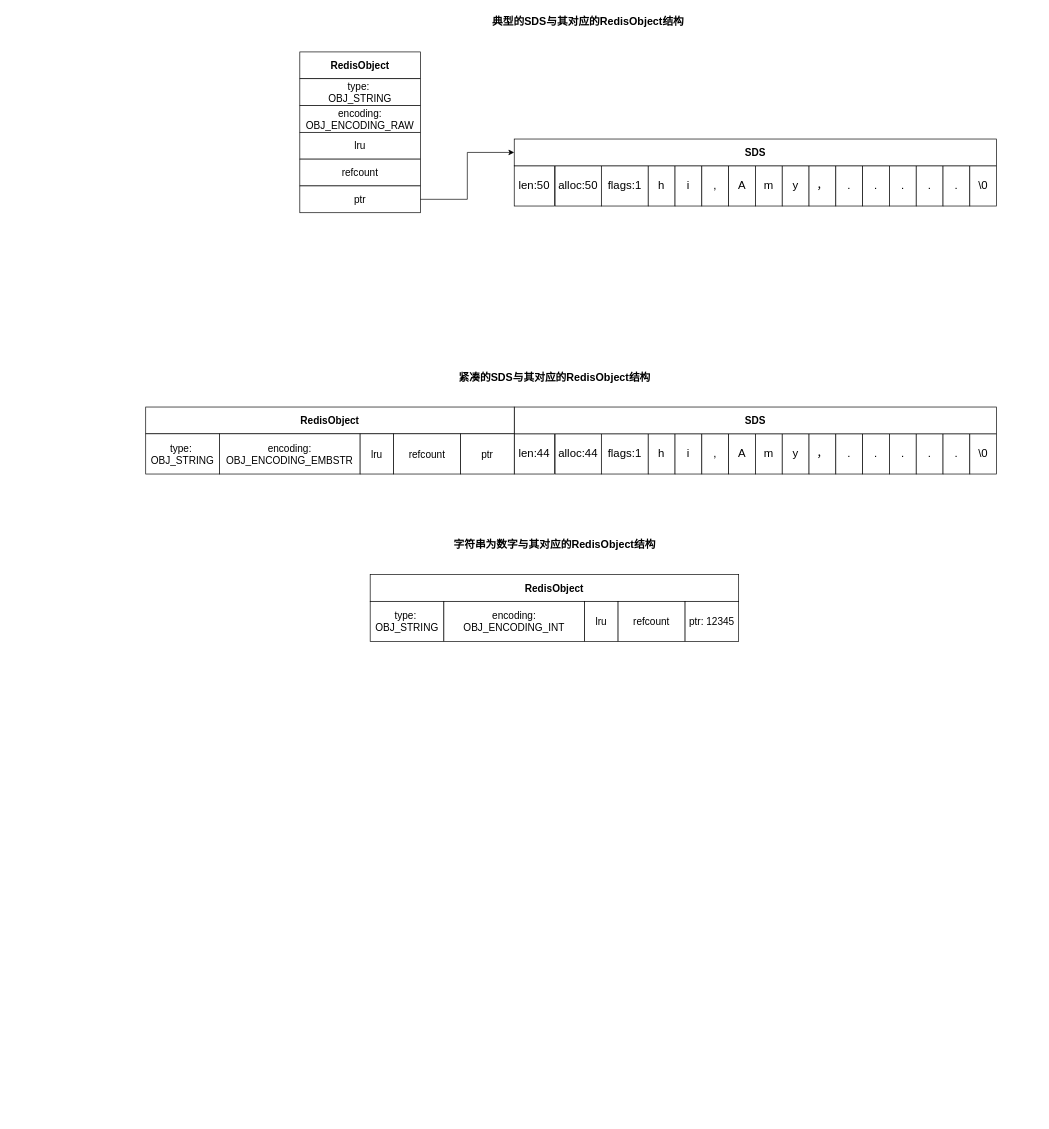
Before: Redis-五种数据类型.drawio in XuYi-fei/draw.io.sync, a draw.io diagram. Source tidied: cells renumbered, new cells numbered last; positions are measured from the earlier drawing's top-left corner, leaving out a move shared by most shapes. Both pictures are drawn from the tidied source at 67%, with x=0, y=0 at pixel (145, 11).
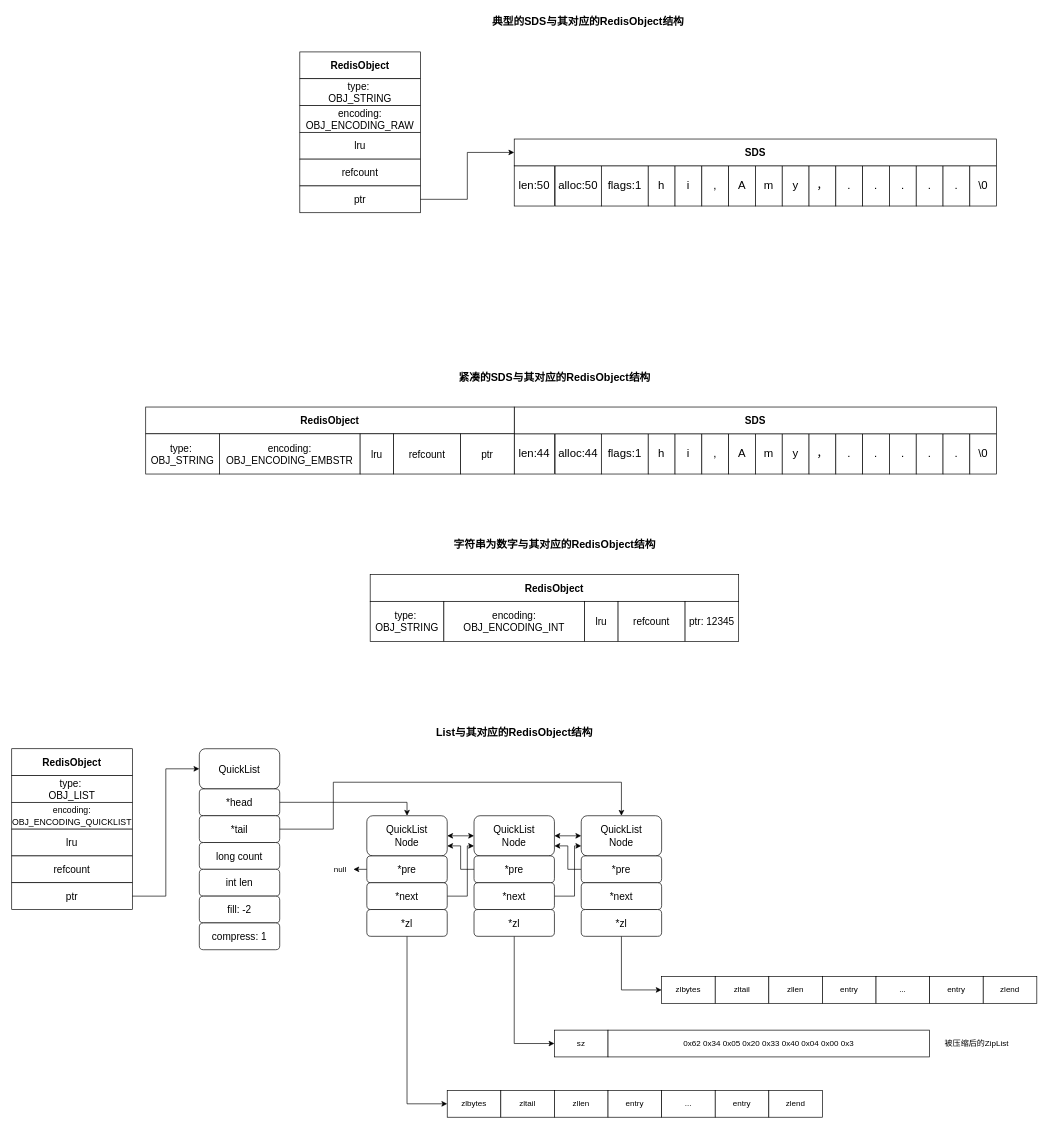
The same page after the edit.

Commit message:
更新Redis-五种数据类型.drawio

The edit, as a diff of the source:
```diff
@@
+    <mxCell id="63" style="edgeStyle=orthogonalEdgeStyle;rounded=0;jettySize=auto;html=1;exitX=1;exitY=0.5;exitDx=0;exitDy=0;startArrow=classic;startFill=1;" parent="1" edge="1" source="64" target="66">
+      <mxGeometry relative="1" as="geometry" />
+    </mxCell>
+    <mxCell id="64" value="QuickList&lt;div&gt;Node&lt;/div&gt;" style="rounded=1;whiteSpace=wrap;html=1;fontSize=15;" parent="1" vertex="1">
+      <mxGeometry x="330" y="1200" width="120" height="60" as="geometry" />
+    </mxCell>
+    <mxCell id="65" style="edgeStyle=orthogonalEdgeStyle;rounded=0;jettySize=auto;html=1;exitX=1;exitY=0.5;exitDx=0;exitDy=0;startArrow=classic;startFill=1;" parent="1" edge="1" source="66" target="67">
+      <mxGeometry relative="1" as="geometry" />
+    </mxCell>
+    <mxCell id="66" value="QuickList&lt;div&gt;Node&lt;/div&gt;" style="rounded=1;whiteSpace=wrap;html=1;fontSize=15;" parent="1" vertex="1">
+      <mxGeometry x="490" y="1200" width="120" height="60" as="geometry" />
+    </mxCell>
+    <mxCell id="67" value="QuickList&lt;div&gt;Node&lt;/div&gt;" style="rounded=1;whiteSpace=wrap;html=1;fontSize=15;" parent="1" vertex="1">
+      <mxGeometry x="650" y="1200" width="120" height="60" as="geometry" />
+    </mxCell>
+    <mxCell id="68" style="group;" parent="1" vertex="1">
+      <mxGeometry x="450" y="1610" width="560" height="40" as="geometry" />
+    </mxCell>
+    <mxCell id="69" value="zlbytes" style="rounded=0;whiteSpace=wrap;html=1;" parent="68" vertex="1">
+      <mxGeometry width="80" height="40" as="geometry" />
+    </mxCell>
+    <mxCell id="70" value="zltail" style="rounded=0;whiteSpace=wrap;html=1;" parent="68" vertex="1">
+      <mxGeometry x="80" width="80" height="40" as="geometry" />
+    </mxCell>
+    <mxCell id="71" value="zllen" style="rounded=0;whiteSpace=wrap;html=1;" parent="68" vertex="1">
+      <mxGeometry x="160" width="80" height="40" as="geometry" />
+    </mxCell>
+    <mxCell id="72" value="entry" style="rounded=0;whiteSpace=wrap;html=1;" parent="68" vertex="1">
+      <mxGeometry x="240" width="80" height="40" as="geometry" />
+    </mxCell>
+    <mxCell id="73" value="..." style="rounded=0;whiteSpace=wrap;html=1;" parent="68" vertex="1">
+      <mxGeometry x="320" width="80" height="40" as="geometry" />
+    </mxCell>
+    <mxCell id="74" value="entry" style="rounded=0;whiteSpace=wrap;html=1;" parent="68" vertex="1">
+      <mxGeometry x="400" width="80" height="40" as="geometry" />
+    </mxCell>
+    <mxCell id="75" value="zlend" style="rounded=0;whiteSpace=wrap;html=1;" parent="68" vertex="1">
+      <mxGeometry x="480" width="80" height="40" as="geometry" />
+    </mxCell>
+    <mxCell id="76" style="group;" parent="1" vertex="1">
+      <mxGeometry x="770" y="1440" width="560" height="40" as="geometry" />
+    </mxCell>
+    <mxCell id="77" value="zlbytes" style="rounded=0;whiteSpace=wrap;html=1;" parent="76" vertex="1">
+      <mxGeometry width="80" height="40" as="geometry" />
+    </mxCell>
+    <mxCell id="78" value="zltail" style="rounded=0;whiteSpace=wrap;html=1;" parent="76" vertex="1">
+      <mxGeometry x="80" width="80" height="40" as="geometry" />
+    </mxCell>
+    <mxCell id="79" value="zllen" style="rounded=0;whiteSpace=wrap;html=1;" parent="76" vertex="1">
+      <mxGeometry x="160" width="80" height="40" as="geometry" />
+    </mxCell>
+    <mxCell id="80" value="entry" style="rounded=0;whiteSpace=wrap;html=1;" parent="76" vertex="1">
+      <mxGeometry x="240" width="80" height="40" as="geometry" />
+    </mxCell>
+    <mxCell id="81" value="..." style="rounded=0;whiteSpace=wrap;html=1;" parent="76" vertex="1">
+      <mxGeometry x="320" width="80" height="40" as="geometry" />
+    </mxCell>
+    <mxCell id="82" value="entry" style="rounded=0;whiteSpace=wrap;html=1;" parent="76" vertex="1">
+      <mxGeometry x="400" width="80" height="40" as="geometry" />
+    </mxCell>
+    <mxCell id="83" value="zlend" style="rounded=0;whiteSpace=wrap;html=1;" parent="76" vertex="1">
+      <mxGeometry x="480" width="80" height="40" as="geometry" />
+    </mxCell>
+    <mxCell id="84" style="edgeStyle=orthogonalEdgeStyle;rounded=0;jettySize=auto;html=1;exitX=0;exitY=0.5;exitDx=0;exitDy=0;" parent="1" edge="1" source="85">
+      <mxGeometry relative="1" as="geometry">
+        <mxPoint x="310" y="1280" as="targetPoint" />
+      </mxGeometry>
+    </mxCell>
+    <mxCell id="85" value="*pre" style="rounded=1;whiteSpace=wrap;html=1;fontSize=15;" parent="1" vertex="1">
+      <mxGeometry x="330" y="1260" width="120" height="40" as="geometry" />
+    </mxCell>
+    <mxCell id="86" style="edgeStyle=orthogonalEdgeStyle;rounded=0;jettySize=auto;html=1;exitX=1;exitY=0.5;exitDx=0;exitDy=0;entryX=0;entryY=0.75;entryDx=0;entryDy=0;" parent="1" edge="1" source="87" target="66">
+      <mxGeometry relative="1" as="geometry">
+        <Array as="points">
+          <mxPoint x="480" y="1320" />
+          <mxPoint x="480" y="1245" />
+        </Array>
+      </mxGeometry>
+    </mxCell>
+    <mxCell id="87" value="*next" style="rounded=1;whiteSpace=wrap;html=1;fontSize=15;" parent="1" vertex="1">
+      <mxGeometry x="330" y="1300" width="120" height="40" as="geometry" />
+    </mxCell>
+    <mxCell id="88" style="edgeStyle=orthogonalEdgeStyle;rounded=0;jettySize=auto;html=1;exitX=0.5;exitY=1;exitDx=0;exitDy=0;entryX=0;entryY=0.5;entryDx=0;entryDy=0;" parent="1" edge="1" source="89" target="69">
+      <mxGeometry relative="1" as="geometry" />
+    </mxCell>
+    <mxCell id="89" value="*zl" style="rounded=1;whiteSpace=wrap;html=1;fontSize=15;" parent="1" vertex="1">
+      <mxGeometry x="330" y="1340" width="120" height="40" as="geometry" />
+    </mxCell>
+    <mxCell id="90" style="edgeStyle=orthogonalEdgeStyle;rounded=0;jettySize=auto;html=1;exitX=0;exitY=0.5;exitDx=0;exitDy=0;entryX=1;entryY=0.75;entryDx=0;entryDy=0;" parent="1" edge="1" source="91" target="64">
+      <mxGeometry relative="1" as="geometry" />
+    </mxCell>
+    <mxCell id="91" value="*pre" style="rounded=1;whiteSpace=wrap;html=1;fontSize=15;" parent="1" vertex="1">
+      <mxGeometry x="490" y="1260" width="120" height="40" as="geometry" />
+    </mxCell>
+    <mxCell id="92" style="edgeStyle=orthogonalEdgeStyle;rounded=0;jettySize=auto;html=1;exitX=1;exitY=0.5;exitDx=0;exitDy=0;entryX=0;entryY=0.75;entryDx=0;entryDy=0;" parent="1" edge="1" source="93" target="67">
+      <mxGeometry relative="1" as="geometry">
+        <Array as="points">
+          <mxPoint x="640" y="1320" />
+          <mxPoint x="640" y="1245" />
+        </Array>
+      </mxGeometry>
+    </mxCell>
+    <mxCell id="93" value="*next" style="rounded=1;whiteSpace=wrap;html=1;fontSize=15;" parent="1" vertex="1">
+      <mxGeometry x="490" y="1300" width="120" height="40" as="geometry" />
+    </mxCell>
+    <mxCell id="94" style="edgeStyle=orthogonalEdgeStyle;rounded=0;jettySize=auto;html=1;exitX=0.5;exitY=1;exitDx=0;exitDy=0;entryX=0;entryY=0.5;entryDx=0;entryDy=0;" parent="1" edge="1" source="95" target="102">
+      <mxGeometry relative="1" as="geometry" />
+    </mxCell>
+    <mxCell id="95" value="*zl" style="rounded=1;whiteSpace=wrap;html=1;fontSize=15;" parent="1" vertex="1">
+      <mxGeometry x="490" y="1340" width="120" height="40" as="geometry" />
+    </mxCell>
+    <mxCell id="96" style="edgeStyle=orthogonalEdgeStyle;rounded=0;jettySize=auto;html=1;exitX=0;exitY=0.5;exitDx=0;exitDy=0;entryX=1;entryY=0.75;entryDx=0;entryDy=0;" parent="1" edge="1" source="97" target="66">
+      <mxGeometry relative="1" as="geometry" />
+    </mxCell>
+    <mxCell id="97" value="*pre" style="rounded=1;whiteSpace=wrap;html=1;fontSize=15;" parent="1" vertex="1">
+      <mxGeometry x="650" y="1260" width="120" height="40" as="geometry" />
+    </mxCell>
+    <mxCell id="98" value="*next" style="rounded=1;whiteSpace=wrap;html=1;fontSize=15;" parent="1" vertex="1">
+      <mxGeometry x="650" y="1300" width="120" height="40" as="geometry" />
+    </mxCell>
+    <mxCell id="99" style="edgeStyle=orthogonalEdgeStyle;rounded=0;jettySize=auto;html=1;exitX=0.5;exitY=1;exitDx=0;exitDy=0;entryX=0;entryY=0.5;entryDx=0;entryDy=0;" parent="1" edge="1" source="100" target="77">
+      <mxGeometry relative="1" as="geometry" />
+    </mxCell>
+    <mxCell id="100" value="*zl" style="rounded=1;whiteSpace=wrap;html=1;fontSize=15;" parent="1" vertex="1">
+      <mxGeometry x="650" y="1340" width="120" height="40" as="geometry" />
+    </mxCell>
+    <mxCell id="101" style="group;" parent="1" vertex="1">
+      <mxGeometry x="610" y="1520" width="560" height="40" as="geometry" />
+    </mxCell>
+    <mxCell id="102" value="sz" style="rounded=0;whiteSpace=wrap;html=1;" parent="101" vertex="1">
+      <mxGeometry width="80" height="40" as="geometry" />
+    </mxCell>
+    <mxCell id="103" value="0x62 0x34 0x05 0x20 0x33 0x40 0x04 0x00 0x3" style="rounded=0;whiteSpace=wrap;html=1;" parent="101" vertex="1">
+      <mxGeometry x="80" width="480" height="40" as="geometry" />
+    </mxCell>
+    <mxCell id="104" value="被压缩后的ZipList" style="text;html=1;align=center;verticalAlign=middle;strokeColor=none;fillColor=none;" parent="1" vertex="1">
+      <mxGeometry x="1180" y="1525" width="120" height="30" as="geometry" />
+    </mxCell>
+    <mxCell id="105" style="group;" parent="1" vertex="1">
+      <mxGeometry x="80" y="1100" width="120" height="300" as="geometry" />
+    </mxCell>
+    <mxCell id="106" value="QuickList" style="rounded=1;whiteSpace=wrap;html=1;fontSize=15;" parent="105" vertex="1">
+      <mxGeometry width="120" height="60" as="geometry" />
+    </mxCell>
+    <mxCell id="107" value="*head" style="rounded=1;whiteSpace=wrap;html=1;fontSize=15;" parent="105" vertex="1">
+      <mxGeometry y="60" width="120" height="40" as="geometry" />
+    </mxCell>
+    <mxCell id="108" value="*tail" style="rounded=1;whiteSpace=wrap;html=1;fontSize=15;" parent="105" vertex="1">
+      <mxGeometry y="100" width="120" height="40" as="geometry" />
+    </mxCell>
+    <mxCell id="109" value="long count" style="rounded=1;whiteSpace=wrap;html=1;fontSize=15;" parent="105" vertex="1">
+      <mxGeometry y="140" width="120" height="40" as="geometry" />
+    </mxCell>
+    <mxCell id="110" value="int len" style="rounded=1;whiteSpace=wrap;html=1;fontSize=15;" parent="105" vertex="1">
+      <mxGeometry y="180" width="120" height="40" as="geometry" />
+    </mxCell>
+    <mxCell id="111" value="fill: -2" style="rounded=1;whiteSpace=wrap;html=1;fontSize=15;" parent="105" vertex="1">
+      <mxGeometry y="220" width="120" height="40" as="geometry" />
+    </mxCell>
+    <mxCell id="112" value="compress: 1" style="rounded=1;whiteSpace=wrap;html=1;fontSize=15;" parent="105" vertex="1">
+      <mxGeometry y="260" width="120" height="40" as="geometry" />
+    </mxCell>
+    <mxCell id="113" style="edgeStyle=orthogonalEdgeStyle;rounded=0;jettySize=auto;html=1;exitX=1;exitY=0.5;exitDx=0;exitDy=0;entryX=0.5;entryY=0;entryDx=0;entryDy=0;" parent="1" edge="1" source="107" target="64">
+      <mxGeometry relative="1" as="geometry" />
+    </mxCell>
+    <mxCell id="114" style="edgeStyle=orthogonalEdgeStyle;rounded=0;jettySize=auto;html=1;exitX=1;exitY=0.5;exitDx=0;exitDy=0;entryX=0.5;entryY=0;entryDx=0;entryDy=0;" parent="1" edge="1" source="108" target="67">
+      <mxGeometry relative="1" as="geometry">
+        <Array as="points">
+          <mxPoint x="280" y="1220" />
+          <mxPoint x="280" y="1150" />
+          <mxPoint x="710" y="1150" />
+        </Array>
+      </mxGeometry>
+    </mxCell>
+    <mxCell id="115" value="null" style="text;html=1;align=center;verticalAlign=middle;strokeColor=none;fillColor=none;" parent="1" vertex="1">
+      <mxGeometry x="270" y="1265" width="40" height="30" as="geometry" />
+    </mxCell>
+    <mxCell id="116" style="group;" parent="1" vertex="1">
+      <mxGeometry x="-200" y="1100" width="180" height="240" as="geometry" />
+    </mxCell>
+    <mxCell id="117" value="RedisObject" style="rounded=0;whiteSpace=wrap;html=1;fontStyle=1;fontSize=15;" parent="116" vertex="1">
+      <mxGeometry width="180" height="40" as="geometry" />
+    </mxCell>
+    <mxCell id="118" value="&lt;span style=&quot;font-weight: normal;&quot;&gt;type:&amp;nbsp;&lt;/span&gt;&lt;div&gt;&lt;span style=&quot;font-weight: normal;&quot;&gt;OBJ_LIST&lt;/span&gt;&lt;/div&gt;" style="rounded=0;whiteSpace=wrap;html=1;fontStyle=1;fontSize=15;" parent="116" vertex="1">
+      <mxGeometry y="40" width="180" height="40" as="geometry" />
+    </mxCell>
+    <mxCell id="119" value="&lt;span style=&quot;font-weight: normal;&quot;&gt;&lt;font style=&quot;font-size: 13px;&quot;&gt;encoding: OBJ_ENCODING_QUICKLIST&lt;/font&gt;&lt;/span&gt;" style="rounded=0;whiteSpace=wrap;html=1;fontStyle=1;fontSize=15;" parent="116" vertex="1">
+      <mxGeometry y="80" width="180" height="40" as="geometry" />
+    </mxCell>
+    <mxCell id="120" value="&lt;span style=&quot;font-weight: normal;&quot;&gt;lru&lt;/span&gt;" style="rounded=0;whiteSpace=wrap;html=1;fontStyle=1;fontSize=15;" parent="116" vertex="1">
+      <mxGeometry y="120" width="180" height="40" as="geometry" />
+    </mxCell>
+    <mxCell id="121" value="&lt;span style=&quot;font-weight: 400;&quot;&gt;refcount&lt;/span&gt;" style="rounded=0;whiteSpace=wrap;html=1;fontStyle=1;fontSize=15;" parent="116" vertex="1">
+      <mxGeometry y="160" width="180" height="40" as="geometry" />
+    </mxCell>
+    <mxCell id="122" value="&lt;span style=&quot;font-weight: 400;&quot;&gt;ptr&lt;/span&gt;" style="rounded=0;whiteSpace=wrap;html=1;fontStyle=1;fontSize=15;" parent="116" vertex="1">
+      <mxGeometry y="200" width="180" height="40" as="geometry" />
+    </mxCell>
+    <mxCell id="123" style="edgeStyle=orthogonalEdgeStyle;rounded=0;jettySize=auto;html=1;exitX=1;exitY=0.5;exitDx=0;exitDy=0;entryX=0;entryY=0.5;entryDx=0;entryDy=0;" parent="1" edge="1" source="122" target="106">
+      <mxGeometry relative="1" as="geometry" />
+    </mxCell>
+    <mxCell id="124" value="List与其对应的RedisObject结构" style="text;html=1;align=center;verticalAlign=middle;strokeColor=none;fillColor=none;fontStyle=1;fontSize=16;" parent="1" vertex="1">
+      <mxGeometry x="425" y="1060" width="250" height="30" as="geometry" />
+    </mxCell>
```
